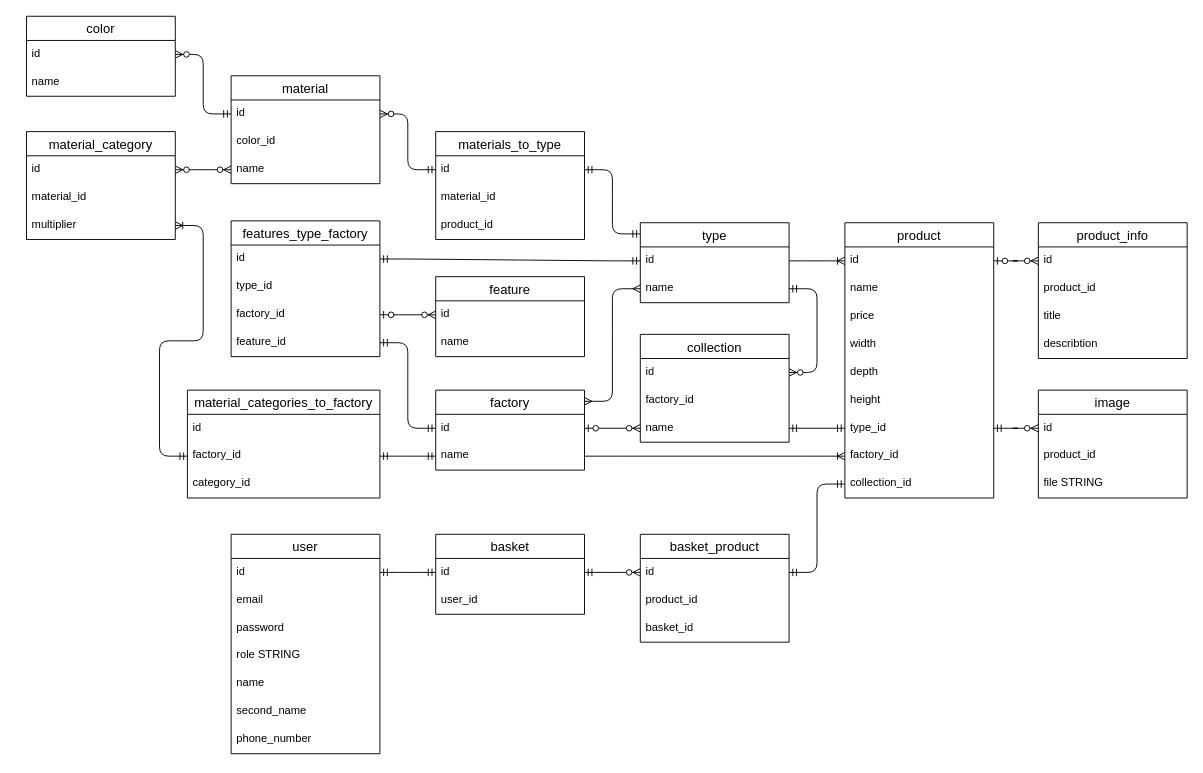
This is DB-riazanov-shop.drawio from Ingwaruz/riazanov-mebel-shop, a draw.io file, before an edit. Source tidied: cells renumbered, new cells numbered last; positions are measured from the earlier drawing's top-left corner, leaving out a move shared by most shapes. Both pictures are drawn from the tidied source at 93%, with x=0, y=0 at pixel (26, 16).
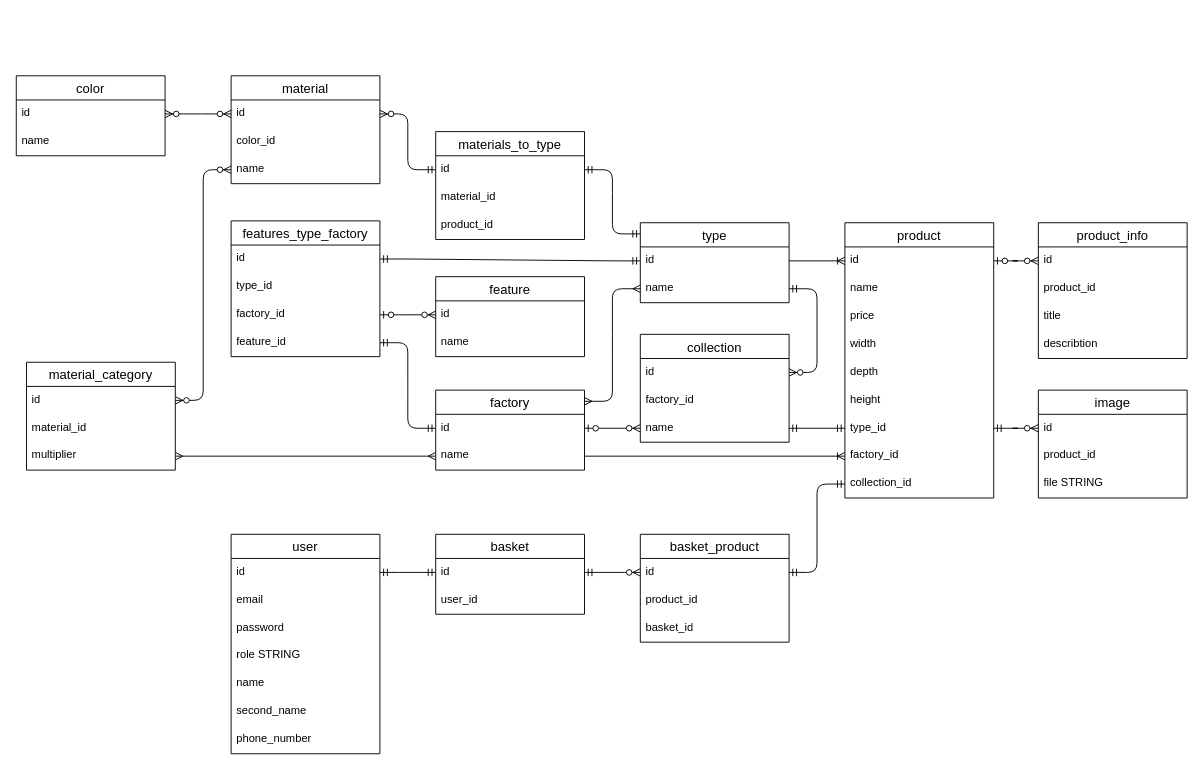
After the change.

The change refers to these unchanged cells:
```xml
<mxCell id="25" value="name" style="text;strokeColor=none;fillColor=none;spacingLeft=4;spacingRight=4;overflow=hidden;points=[[0,0.5],[1,0.5]];portConstraint=eastwest;fontSize=12;whiteSpace=wrap;html=1;" parent="23" vertex="1">
  <mxGeometry y="56" width="160" height="30" as="geometry" />
</mxCell>
<mxCell id="46" value="id" style="text;strokeColor=none;fillColor=none;spacingLeft=4;spacingRight=4;overflow=hidden;points=[[0,0.5],[1,0.5]];portConstraint=eastwest;fontSize=12;whiteSpace=wrap;html=1;" parent="45" vertex="1">
  <mxGeometry y="26" width="160" height="30" as="geometry" />
</mxCell>
<mxCell id="49" value="id" style="text;strokeColor=none;fillColor=none;spacingLeft=4;spacingRight=4;overflow=hidden;points=[[0,0.5],[1,0.5]];portConstraint=eastwest;fontSize=12;whiteSpace=wrap;html=1;" parent="48" vertex="1">
  <mxGeometry y="26" width="160" height="30" as="geometry" />
</mxCell>
<mxCell id="64" value="multiplier" style="text;strokeColor=none;fillColor=none;spacingLeft=4;spacingRight=4;overflow=hidden;points=[[0,0.5],[1,0.5]];portConstraint=eastwest;fontSize=12;whiteSpace=wrap;html=1;" parent="61" vertex="1">
  <mxGeometry y="86" width="160" height="30" as="geometry" />
</mxCell>
```

What changed in the source:
```diff
@@
     <mxCell id="45" value="color" style="swimlane;fontStyle=0;horizontal=1;startSize=26;align=center;fontSize=14;" parent="1" vertex="1">
-      <mxGeometry width="160" height="86" as="geometry" />
+      <mxGeometry x="-11" y="64" width="160" height="86" as="geometry" />
     </mxCell>
@@
     <mxCell id="61" value="material_category" style="swimlane;fontStyle=0;horizontal=1;startSize=26;align=center;fontSize=14;" parent="1" vertex="1">
-      <mxGeometry y="124" width="160" height="116" as="geometry" />
+      <mxGeometry y="372" width="160" height="116" as="geometry" />
     </mxCell>
@@
-    <mxCell id="70" value="material_categories_to_factory" style="swimlane;fontStyle=0;horizontal=1;startSize=26;align=center;fontSize=14;" parent="1" vertex="1">
-      <mxGeometry x="173" y="402" width="207" height="116" as="geometry" />
-    </mxCell>
-    <mxCell id="71" value="id" style="text;strokeColor=none;fillColor=none;spacingLeft=4;spacingRight=4;overflow=hidden;fontSize=12;whiteSpace=wrap;html=1;" parent="70" vertex="1">
-      <mxGeometry y="26" width="207" height="30" as="geometry" />
-    </mxCell>
-    <mxCell id="72" value="&lt;div style=&quot;text-align: center;&quot;&gt;&lt;span style=&quot;background-color: initial; text-wrap: nowrap;&quot;&gt;factory_id&lt;/span&gt;&lt;/div&gt;" style="text;strokeColor=none;fillColor=none;spacingLeft=4;spacingRight=4;overflow=hidden;points=[[0,0.5],[1,0.5]];portConstraint=eastwest;fontSize=12;whiteSpace=wrap;html=1;" parent="70" vertex="1">
-      <mxGeometry y="56" width="207" height="30" as="geometry" />
-    </mxCell>
-    <mxCell id="73" value="&lt;font style=&quot;font-size: 12px;&quot;&gt;&lt;span style=&quot;text-align: center; text-wrap: nowrap;&quot;&gt;category&lt;/span&gt;_id&lt;/font&gt;" style="text;strokeColor=none;fillColor=none;spacingLeft=4;spacingRight=4;overflow=hidden;fontSize=12;whiteSpace=wrap;html=1;" parent="70" vertex="1">
-      <mxGeometry y="86" width="207" height="30" as="geometry" />
-    </mxCell>
-    <mxCell id="74" style="edgeStyle=entityRelationEdgeStyle;fontSize=12;html=1;endArrow=ERmandOne;startArrow=ERmandOne;rounded=1;curved=0;" parent="1" edge="1" source="72" target="25">
-      <mxGeometry relative="1" as="geometry" />
-    </mxCell>
@@
-    <mxCell id="83" style="edgeStyle=entityRelationEdgeStyle;fontSize=12;html=1;endArrow=ERzeroToMany;startArrow=ERmandOne;rounded=1;curved=0;" parent="1" edge="1" source="49" target="46">
-      <mxGeometry relative="1" as="geometry" />
-    </mxCell>
@@
-    <mxCell id="92" style="edgeStyle=entityRelationEdgeStyle;fontSize=12;html=1;endArrow=ERoneToMany;startArrow=ERmandOne;rounded=1;curved=0;" parent="1" edge="1" source="72" target="64">
-      <mxGeometry relative="1" as="geometry" />
-    </mxCell>
+    <mxCell id="93" style="edgeStyle=entityRelationEdgeStyle;fontSize=12;html=1;endArrow=ERzeroToMany;endFill=1;startArrow=ERzeroToMany;rounded=1;curved=0;" parent="1" edge="1" source="46" target="49">
+      <mxGeometry relative="1" as="geometry" />
+    </mxCell>
+    <mxCell id="94" style="edgeStyle=entityRelationEdgeStyle;fontSize=12;html=1;endArrow=ERmany;startArrow=ERmany;rounded=0;" parent="1" edge="1" source="64" target="25">
+      <mxGeometry relative="1" as="geometry" />
+    </mxCell>
```
